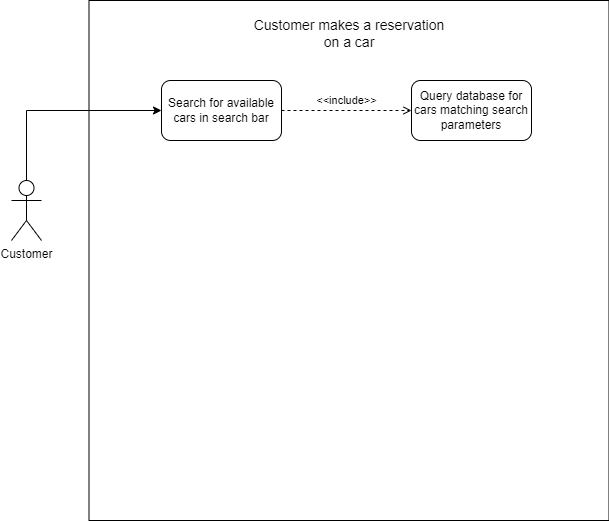
Before: docs/useCases/figs/UseCase1.png, a diagram exported from draw.io (CS3450-Group9/Dans-AutoBarn). Source tidied: cells renumbered, new cells last; positions are measured from the earlier drawing's top-left corner, leaving out a move shared by most shapes.
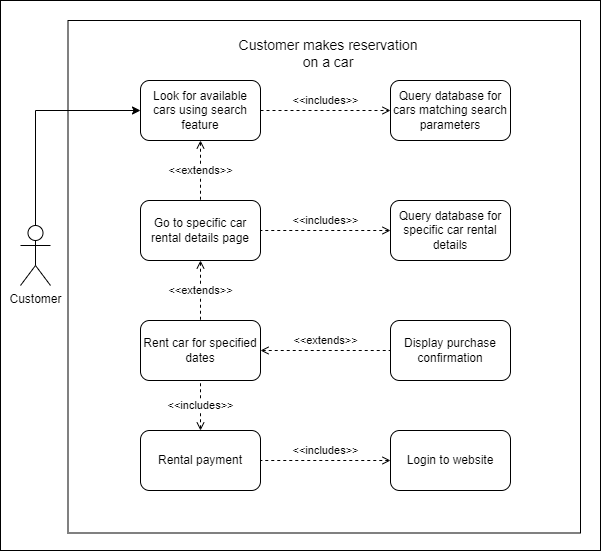
Later version of the same file.

Commit message:
Finished Use Case 1

The edit, as a diff of the source:
```diff
@@ -2,16 +2,22 @@
   <root>
     <mxCell id="0" />
     <mxCell id="1" parent="0" />
+    <mxCell id="9" style="rounded=0;whiteSpace=wrap;html=1;" parent="1" vertex="1">
+      <mxGeometry x="10" width="600" height="550" as="geometry" />
+    </mxCell>
     <mxCell id="2" value="Customer" style="shape=umlActor;verticalLabelPosition=bottom;verticalAlign=top;html=1;outlineConnect=0;" parent="1" vertex="1">
-      <mxGeometry y="180" width="30" height="60" as="geometry" />
+      <mxGeometry x="30" y="225" width="30" height="60" as="geometry" />
     </mxCell>
     <mxCell id="3" style="whiteSpace=wrap;html=1;fontSize=14;" parent="1" vertex="1">
-      <mxGeometry x="77.5" width="520" height="520" as="geometry" />
+      <mxGeometry x="77.5" y="20" width="512.5" height="512.5" as="geometry" />
     </mxCell>
-    <mxCell id="4" value="&amp;lt;&amp;lt;include&amp;gt;&amp;gt;" style="edgeStyle=orthogonalEdgeStyle;rounded=0;jettySize=auto;html=1;exitX=1;exitY=0.5;exitDx=0;exitDy=0;entryX=0;entryY=0.5;entryDx=0;entryDy=0;endArrow=open;endFill=0;dashed=1;" parent="1" edge="1" source="5" target="7">
+    <mxCell id="4" value="&amp;lt;&amp;lt;includes&amp;gt;&amp;gt;" style="edgeStyle=orthogonalEdgeStyle;rounded=0;jettySize=auto;html=1;exitX=1;exitY=0.5;exitDx=0;exitDy=0;entryX=0;entryY=0.5;entryDx=0;entryDy=0;endArrow=open;endFill=0;dashed=1;" parent="1" edge="1" source="5" target="7">
       <mxGeometry y="10" relative="1" as="geometry" />
     </mxCell>
+    <mxCell id="10" value="&amp;lt;&amp;lt;extends&amp;gt;&amp;gt;" style="edgeStyle=orthogonalEdgeStyle;rounded=0;jettySize=auto;html=1;exitX=0.5;exitY=1;exitDx=0;exitDy=0;entryX=0.5;entryY=0;entryDx=0;entryDy=0;startArrow=open;startFill=0;endArrow=none;endFill=0;dashed=1;" parent="1" edge="1" source="5" target="12">
+      <mxGeometry relative="1" as="geometry" />
+    </mxCell>
-    <mxCell id="5" value="Search for available cars in search bar" style="rounded=1;whiteSpace=wrap;html=1;" parent="1" vertex="1">
+    <mxCell id="5" value="Look for available cars using search feature" style="rounded=1;whiteSpace=wrap;html=1;" parent="1" vertex="1">
       <mxGeometry x="150" y="80" width="120" height="60" as="geometry" />
     </mxCell>
     <mxCell id="6" style="edgeStyle=orthogonalEdgeStyle;rounded=0;jettySize=auto;html=1;exitX=0.5;exitY=0;exitDx=0;exitDy=0;exitPerimeter=0;entryX=0;entryY=0.5;entryDx=0;entryDy=0;" parent="1" edge="1" source="2" target="5">
@@ -20,8 +26,44 @@
     <mxCell id="7" value="Query database for cars matching search parameters" style="rounded=1;whiteSpace=wrap;html=1;" parent="1" vertex="1">
       <mxGeometry x="400" y="80" width="120" height="60" as="geometry" />
     </mxCell>
-    <mxCell id="8" value="&lt;font style=&quot;font-size: 14px;&quot;&gt;Customer makes a reservation on a car&lt;/font&gt;" style="text;whiteSpace=wrap;html=1;align=center;" parent="1" vertex="1">
-      <mxGeometry x="237.5" y="10" width="200" height="40" as="geometry" />
+    <mxCell id="8" value="&lt;font style=&quot;font-size: 14px;&quot;&gt;Customer makes reservation on a car&lt;/font&gt;" style="text;whiteSpace=wrap;html=1;align=center;" parent="1" vertex="1">
+      <mxGeometry x="237.5" y="30" width="200" height="40" as="geometry" />
     </mxCell>
+    <mxCell id="11" value="&amp;lt;&amp;lt;extends&amp;gt;&amp;gt;" style="edgeStyle=orthogonalEdgeStyle;rounded=0;jettySize=auto;html=1;exitX=0.5;exitY=1;exitDx=0;exitDy=0;entryX=0.5;entryY=0;entryDx=0;entryDy=0;dashed=1;startArrow=open;startFill=0;endArrow=none;endFill=0;" parent="1" edge="1" source="12" target="14">
+      <mxGeometry relative="1" as="geometry" />
+    </mxCell>
+    <mxCell id="12" value="Go to specific car rental details page" style="rounded=1;whiteSpace=wrap;html=1;" parent="1" vertex="1">
+      <mxGeometry x="150" y="200" width="120" height="60" as="geometry" />
+    </mxCell>
+    <mxCell id="13" value="&amp;lt;&amp;lt;extends&amp;gt;&amp;gt;" style="edgeStyle=none;rounded=0;jettySize=auto;html=1;exitX=1;exitY=0.5;exitDx=0;exitDy=0;entryX=0;entryY=0.5;entryDx=0;entryDy=0;dashed=1;startArrow=open;startFill=0;endArrow=none;endFill=0;" parent="1" edge="1" source="14" target="21">
+      <mxGeometry y="10" relative="1" as="geometry" />
+    </mxCell>
+    <mxCell id="14" value="Rent car for specified dates" style="rounded=1;whiteSpace=wrap;html=1;" parent="1" vertex="1">
+      <mxGeometry x="150" y="320" width="120" height="60" as="geometry" />
+    </mxCell>
+    <mxCell id="15" value="&amp;lt;&amp;lt;includes&amp;gt;&amp;gt;" style="edgeStyle=orthogonalEdgeStyle;rounded=0;jettySize=auto;html=1;exitX=0;exitY=0.5;exitDx=0;exitDy=0;entryX=1;entryY=0.5;entryDx=0;entryDy=0;dashed=1;startArrow=open;startFill=0;endArrow=none;endFill=0;" parent="1" edge="1" source="16" target="12">
+      <mxGeometry y="-10" relative="1" as="geometry" />
+    </mxCell>
+    <mxCell id="16" value="Query database for specific car rental details" style="rounded=1;whiteSpace=wrap;html=1;" parent="1" vertex="1">
+      <mxGeometry x="400" y="200" width="120" height="60" as="geometry" />
+    </mxCell>
+    <mxCell id="17" value="&amp;lt;&amp;lt;includes&amp;gt;&amp;gt;" style="edgeStyle=orthogonalEdgeStyle;rounded=0;jettySize=auto;html=1;exitX=0.5;exitY=0;exitDx=0;exitDy=0;entryX=0.5;entryY=1;entryDx=0;entryDy=0;dashed=1;startArrow=open;startFill=0;endArrow=none;endFill=0;" parent="1" edge="1" source="18" target="14">
+      <mxGeometry relative="1" as="geometry" />
+    </mxCell>
+    <mxCell id="18" value="Rental payment" style="rounded=1;whiteSpace=wrap;html=1;" parent="1" vertex="1">
+      <mxGeometry x="150" y="430" width="120" height="60" as="geometry" />
+    </mxCell>
+    <mxCell id="19" value="&amp;lt;&amp;lt;includes&amp;gt;&amp;gt;" style="edgeStyle=none;rounded=0;jettySize=auto;html=1;exitX=0;exitY=0.5;exitDx=0;exitDy=0;entryX=1;entryY=0.5;entryDx=0;entryDy=0;dashed=1;startArrow=open;startFill=0;endArrow=none;endFill=0;" parent="1" edge="1" source="20" target="18">
+      <mxGeometry y="-10" relative="1" as="geometry" />
+    </mxCell>
+    <mxCell id="20" value="Login to website" style="rounded=1;whiteSpace=wrap;html=1;" parent="1" vertex="1">
+      <mxGeometry x="400" y="430" width="120" height="60" as="geometry" />
+    </mxCell>
+    <mxCell id="21" value="Display purchase confirmation" style="rounded=1;whiteSpace=wrap;html=1;" parent="1" vertex="1">
+      <mxGeometry x="400" y="320" width="120" height="60" as="geometry" />
+    </mxCell>
+    <mxCell id="22" style="edgeStyle=none;rounded=0;orthogonalLoop=1;jettySize=auto;html=1;exitX=0.5;exitY=0;exitDx=0;exitDy=0;dashed=1;startArrow=open;startFill=0;endArrow=none;endFill=0;" parent="1" edge="1" source="3" target="3">
+      <mxGeometry relative="1" as="geometry" />
+    </mxCell>
   </root>
 </mxGraphModel>
```
